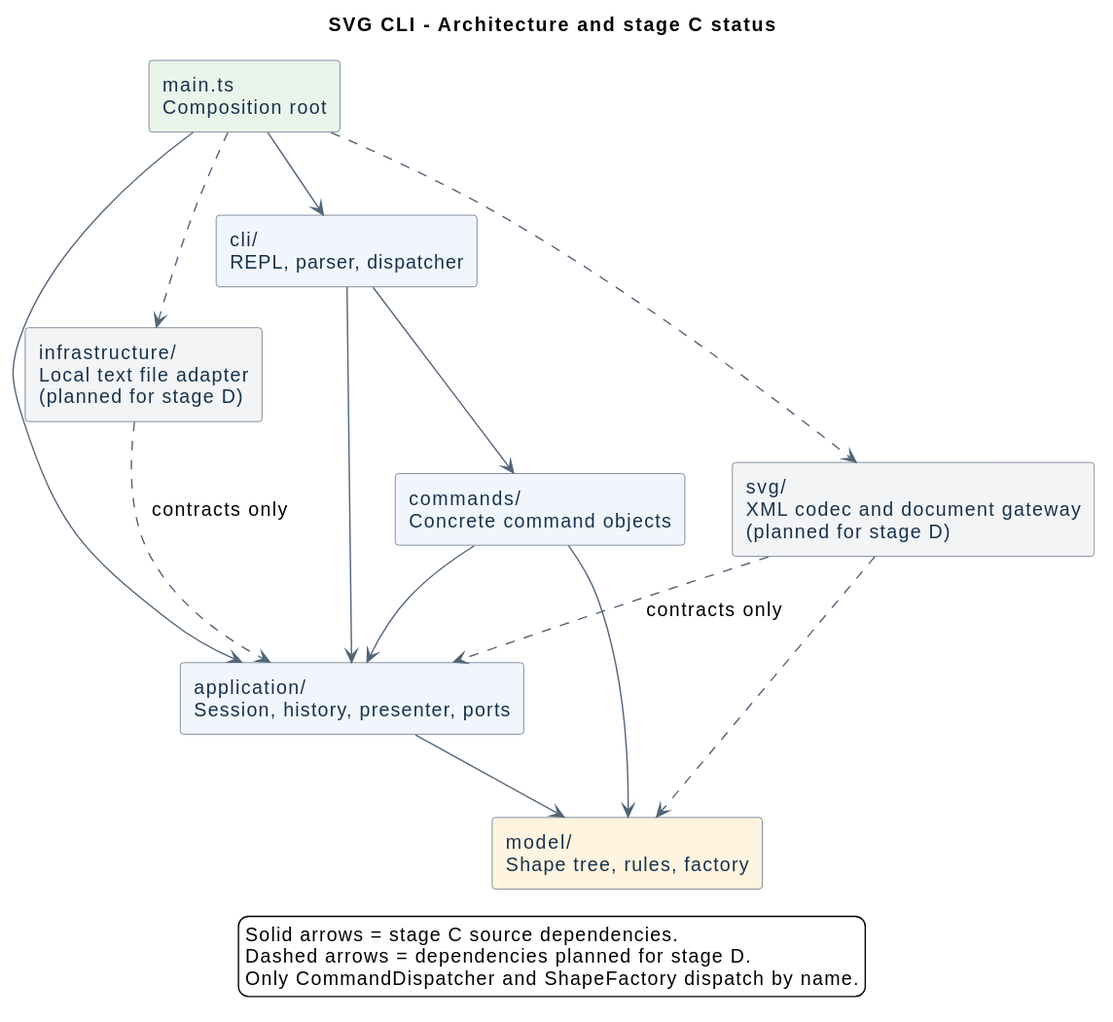
This is doc/architecture.svg from tsx543/svg-editor, a PlantUML export, as it was before one commit.
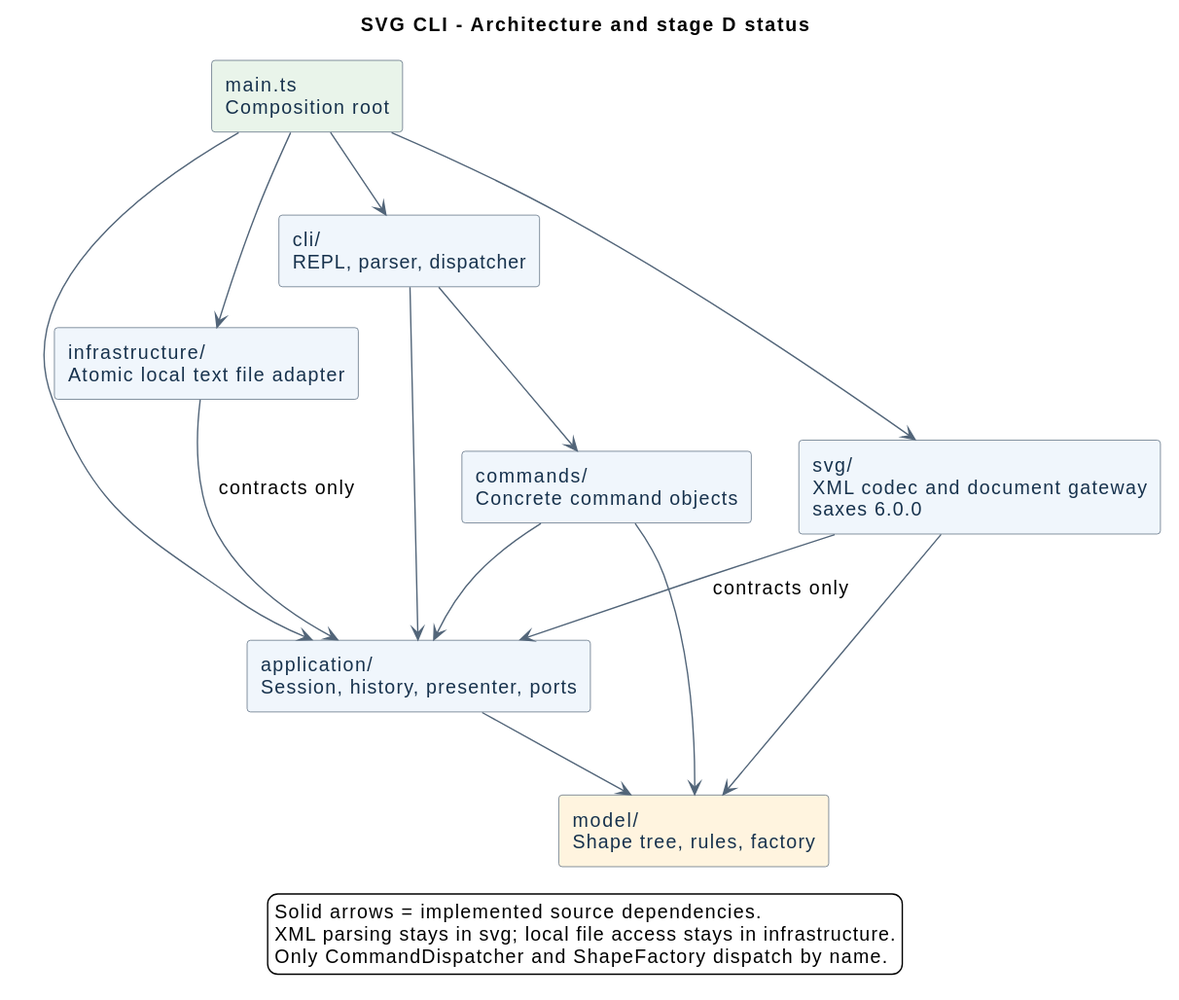
The same file after the commit.

Commit message:
docs: record stage D round-trip validation and implemented architecture

The edit, as a diff of the source:
```diff
@@ -1,5 +1,5 @@
 @startuml
-title SVG CLI - Architecture and stage C status
+title SVG CLI - Architecture and stage D status
 top to bottom direction
 skinparam componentStyle rectangle
 skinparam shadowing false
@@ -18,25 +18,25 @@
 component "commands/\nConcrete command objects" as Commands
 component "application/\nSession, history, presenter, ports" as Application
 component "model/\nShape tree, rules, factory" as Model #FFF4DF
-component "svg/\nXML codec and document gateway\n(planned for stage D)" as Svg #F3F4F6
-component "infrastructure/\nLocal text file adapter\n(planned for stage D)" as Infrastructure #F3F4F6
+component "svg/\nXML codec and document gateway\nsaxes 6.0.0" as Svg
+component "infrastructure/\nAtomic local text file adapter" as Infrastructure
 
 Main --> Cli
 Main --> Application
-Main ..> Svg
-Main ..> Infrastructure
+Main --> Svg
+Main --> Infrastructure
 Cli --> Commands
 Cli --> Application
 Commands --> Application
 Commands --> Model
 Application --> Model
-Svg ..> Model
-Svg ..> Application : contracts only
-Infrastructure ..> Application : contracts only
+Svg --> Model
+Svg --> Application : contracts only
+Infrastructure --> Application : contracts only
 
 legend bottom
-  Solid arrows = stage C source dependencies.
-  Dashed arrows = dependencies planned for stage D.
+  Solid arrows = implemented source dependencies.
+  XML parsing stays in svg; local file access stays in infrastructure.
   Only CommandDispatcher and ShapeFactory dispatch by name.
 endlegend
 @enduml
```
